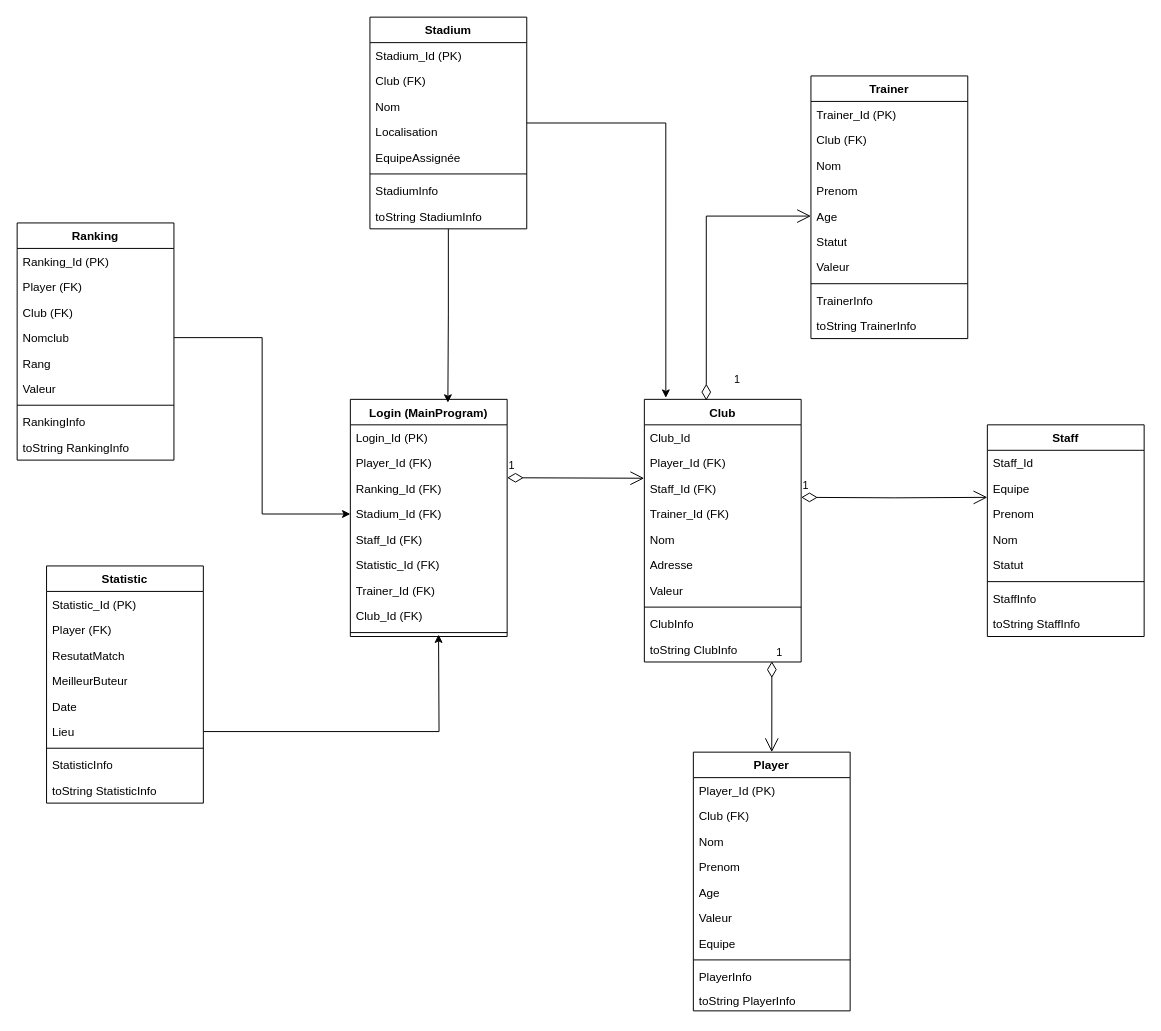
Before: POO.drawio in Maxou-153/MonomeBreche, a draw.io diagram. Source tidied: cells renumbered, new cells numbered last; positions are measured from the earlier drawing's top-left corner, leaving out a move shared by most shapes. Both pictures are drawn from the tidied source at 98%, with x=0, y=0 at pixel (17, 17).
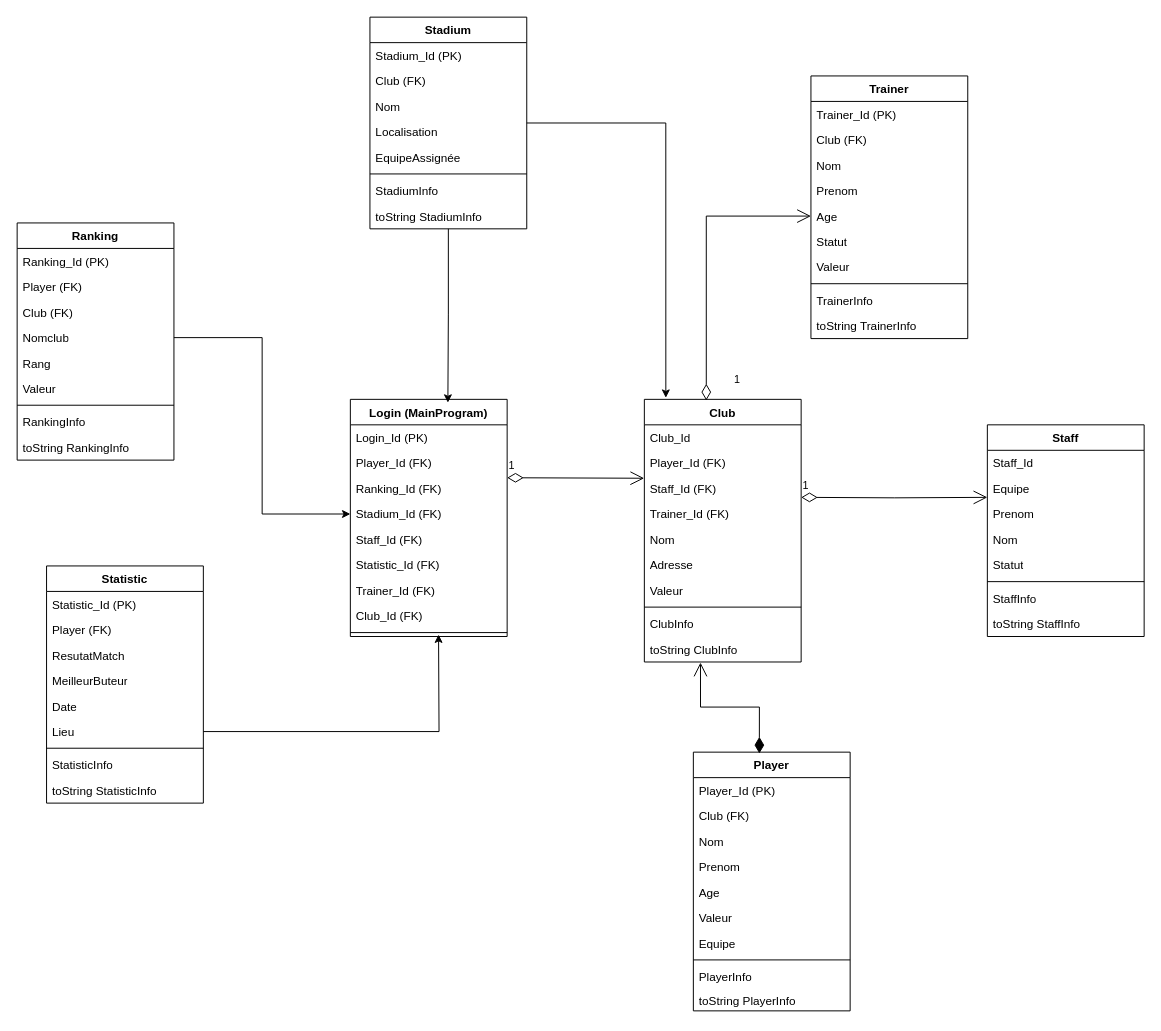
After the change.

Commit message:
Mettre à jour POO.drawio

Unchanged cells that the change refers to:
```xml
<mxCell id="12" value="Player" style="swimlane;fontStyle=1;align=center;verticalAlign=top;horizontal=1;startSize=26;whiteSpace=wrap;html=1;" parent="1" vertex="1">
  <mxGeometry x="690" y="750" width="160" height="264" as="geometry" />
</mxCell>
<mxCell id="83" value="toString ClubInfo" style="text;strokeColor=none;fillColor=none;align=left;verticalAlign=top;spacingLeft=4;spacingRight=4;overflow=hidden;points=[[0,0.5],[1,0.5]];portConstraint=eastwest;whiteSpace=wrap;html=1;" parent="73" vertex="1">
  <mxGeometry y="242" width="160" height="26" as="geometry" />
</mxCell>
```

Diff of the diagram source:
```diff
@@
-    <mxCell id="85" value="1" style="endArrow=open;html=1;endSize=12;startArrow=diamondThin;startSize=14;startFill=0;edgeStyle=orthogonalEdgeStyle;align=left;verticalAlign=bottom;rounded=0;entryX=0.5;entryY=0;entryDx=0;entryDy=0;exitX=0.813;exitY=0.974;exitDx=0;exitDy=0;exitPerimeter=0;" parent="1" edge="1" source="83" target="12">
-      <mxGeometry x="-1" y="3" relative="1" as="geometry" />
-    </mxCell>
@@
+    <mxCell id="91" style="endArrow=open;html=1;endSize=12;startArrow=diamondThin;startSize=14;startFill=1;edgeStyle=orthogonalEdgeStyle;align=left;verticalAlign=bottom;rounded=0;exitX=0.421;exitY=0.005;exitDx=0;exitDy=0;exitPerimeter=0;entryX=0.358;entryY=1.022;entryDx=0;entryDy=0;entryPerimeter=0;" parent="1" edge="1" source="12" target="83">
+      <mxGeometry x="-1" y="3" relative="1" as="geometry" />
+    </mxCell>
```
